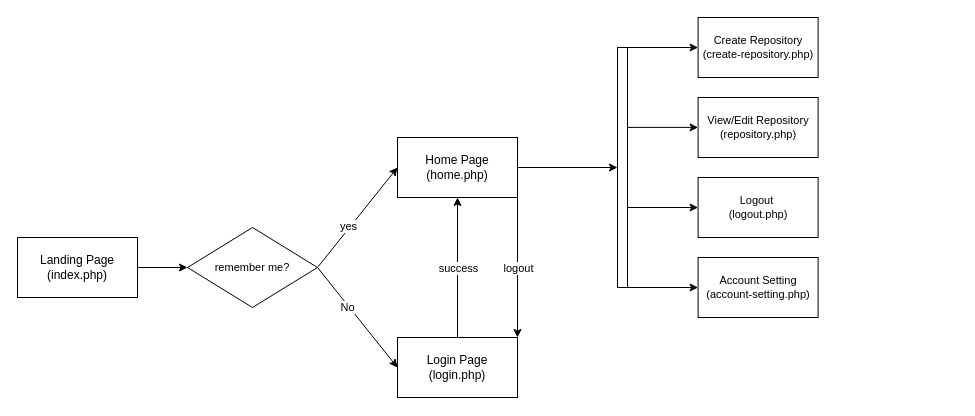
RogerCashley/publication-repository keeps this draw.io diagram as app-assets/diagram/module-flow.drawio. Above is the earlier version. Source tidied: cells renumbered, new cells numbered last; positions are measured from the earlier drawing's top-left corner, leaving out a move shared by most shapes. Both pictures are drawn from the tidied source at 100%, with x=0, y=0 at pixel (17, 17).
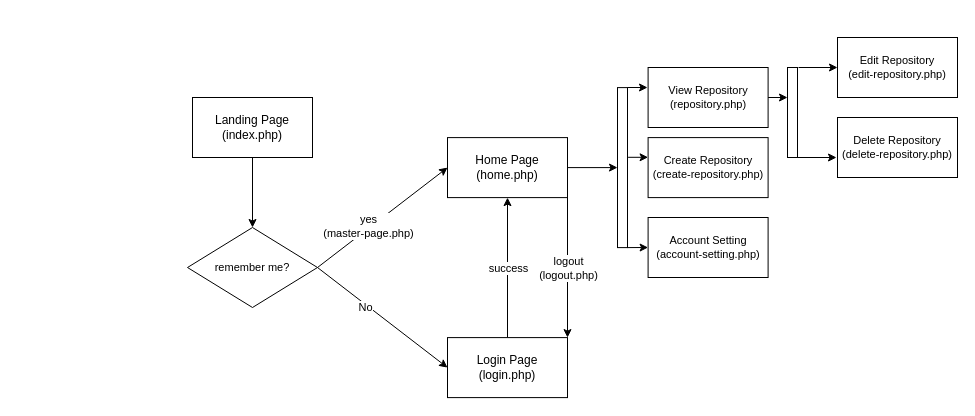
The same diagram, later.

The change refers to these unchanged cells:
```xml
<mxCell id="5" style="edgeStyle=none;shape=connector;rounded=1;html=1;exitX=1;exitY=1;exitDx=0;exitDy=0;entryX=1;entryY=0;entryDx=0;entryDy=0;labelBackgroundColor=default;strokeColor=default;fontFamily=Helvetica;fontSize=11;fontColor=default;endArrow=classic;" parent="1" edge="1" source="7" target="15">
  <mxGeometry relative="1" as="geometry" />
</mxCell>
<mxCell id="10" style="edgeStyle=none;shape=connector;rounded=1;html=1;exitX=1;exitY=0.5;exitDx=0;exitDy=0;entryX=0;entryY=0.5;entryDx=0;entryDy=0;labelBackgroundColor=default;strokeColor=default;fontFamily=Helvetica;fontSize=11;fontColor=default;endArrow=classic;" parent="1" edge="1" source="12" target="7">
  <mxGeometry relative="1" as="geometry" />
</mxCell>
<mxCell id="12" value="remember me?" style="rhombus;whiteSpace=wrap;html=1;fontFamily=Helvetica;fontSize=11;fontColor=default;" parent="1" vertex="1">
  <mxGeometry x="170" y="210" width="130" height="80" as="geometry" />
</mxCell>
```

Change to the diagram source:
```diff
@@
-    <mxCell id="2" style="edgeStyle=none;shape=connector;rounded=1;html=1;exitX=1;exitY=0.5;exitDx=0;exitDy=0;entryX=0;entryY=0.5;entryDx=0;entryDy=0;labelBackgroundColor=default;strokeColor=default;fontFamily=Helvetica;fontSize=11;fontColor=default;endArrow=classic;" parent="1" edge="1" source="3" target="12">
+    <mxCell id="2" style="edgeStyle=none;shape=connector;rounded=1;html=1;exitX=0.5;exitY=1;exitDx=0;exitDy=0;entryX=0.5;entryY=0;entryDx=0;entryDy=0;labelBackgroundColor=default;strokeColor=default;fontFamily=Helvetica;fontSize=11;fontColor=default;endArrow=classic;" parent="1" edge="1" source="3" target="12">
       <mxGeometry relative="1" as="geometry" />
     </mxCell>
     <mxCell id="3" value="Landing Page&lt;br&gt;(index.php)" style="rounded=0;whiteSpace=wrap;html=1;" parent="1" vertex="1">
-      <mxGeometry y="220" width="120" height="60" as="geometry" />
+      <mxGeometry x="175" y="80" width="120" height="60" as="geometry" />
     </mxCell>
@@
-    <mxCell id="6" value="logout" style="edgeLabel;html=1;align=center;verticalAlign=middle;fontSize=11;fontFamily=Helvetica;fontColor=default;" parent="5" vertex="1">
+    <mxCell id="6" value="logout&lt;br&gt;(logout.php)" style="edgeLabel;html=1;align=center;verticalAlign=middle;fontSize=11;fontFamily=Helvetica;fontColor=default;" parent="5" vertex="1">
       <mxGeometry x="0.19" y="-1" relative="1" as="geometry">
         <mxPoint x="1" y="-13" as="offset" />
       </mxGeometry>
     </mxCell>
     <mxCell id="7" value="Home Page&lt;br&gt;(home.php)" style="rounded=0;whiteSpace=wrap;html=1;" parent="1" vertex="1">
-      <mxGeometry x="380" y="120" width="120" height="60" as="geometry" />
+      <mxGeometry x="430" y="120.1" width="120" height="60" as="geometry" />
     </mxCell>
@@
-    <mxCell id="11" value="yes" style="edgeLabel;html=1;align=center;verticalAlign=middle;fontSize=11;fontFamily=Helvetica;fontColor=default;" parent="10" vertex="1">
+    <mxCell id="11" value="yes&lt;br&gt;(master-page.php)" style="edgeLabel;html=1;align=center;verticalAlign=middle;fontSize=11;fontFamily=Helvetica;fontColor=default;" parent="10" vertex="1">
       <mxGeometry x="-0.21" y="2" relative="1" as="geometry" />
     </mxCell>
@@
     <mxCell id="15" value="Login Page&lt;br&gt;(login.php)" style="rounded=0;whiteSpace=wrap;html=1;" parent="1" vertex="1">
-      <mxGeometry x="380" y="320" width="120" height="60" as="geometry" />
+      <mxGeometry x="430" y="320.1" width="120" height="60" as="geometry" />
     </mxCell>
     <mxCell id="16" value="Create Repository&lt;br&gt;(create-repository.php)" style="rounded=0;whiteSpace=wrap;html=1;fontFamily=Helvetica;fontSize=11;fontColor=default;" parent="1" vertex="1">
-      <mxGeometry x="680.6" width="120" height="60" as="geometry" />
+      <mxGeometry x="630.6" y="120.1" width="120" height="60" as="geometry" />
     </mxCell>
-    <mxCell id="17" style="edgeStyle=none;shape=connector;rounded=1;html=1;exitX=0.944;exitY=0.125;exitDx=0;exitDy=0;entryX=0;entryY=0.5;entryDx=0;entryDy=0;labelBackgroundColor=default;strokeColor=default;fontFamily=Helvetica;fontSize=11;fontColor=default;endArrow=classic;exitPerimeter=0;" parent="1" edge="1" target="16">
-      <mxGeometry relative="1" as="geometry">
-        <mxPoint x="610" y="30" as="sourcePoint" />
-      </mxGeometry>
-    </mxCell>
     <mxCell id="18" style="rounded=0;whiteSpace=wrap;html=1;fontFamily=Helvetica;fontSize=11;fontColor=default;" parent="1" vertex="1">
-      <mxGeometry x="600" y="30" width="10" height="240" as="geometry" />
+      <mxGeometry x="600" y="70.1" width="10" height="160" as="geometry" />
     </mxCell>
-    <mxCell id="19" value="View/Edit Repository&lt;br&gt;(repository.php)" style="rounded=0;whiteSpace=wrap;html=1;fontFamily=Helvetica;fontSize=11;fontColor=default;" parent="1" vertex="1">
-      <mxGeometry x="680.6" y="80" width="120" height="60" as="geometry" />
+    <mxCell id="19" value="View Repository&lt;br&gt;(repository.php)" style="rounded=0;whiteSpace=wrap;html=1;fontFamily=Helvetica;fontSize=11;fontColor=default;" parent="1" vertex="1">
+      <mxGeometry x="630.6" y="50" width="120" height="60" as="geometry" />
     </mxCell>
-    <mxCell id="20" style="edgeStyle=none;shape=connector;rounded=1;html=1;exitX=1;exitY=0.25;exitDx=0;exitDy=0;entryX=0;entryY=0.5;entryDx=0;entryDy=0;labelBackgroundColor=default;strokeColor=default;fontFamily=Helvetica;fontSize=11;fontColor=default;endArrow=classic;" parent="1" edge="1" target="21">
-      <mxGeometry relative="1" as="geometry">
-        <mxPoint x="610" y="190" as="sourcePoint" />
-      </mxGeometry>
-    </mxCell>
-    <mxCell id="21" value="Logout&amp;nbsp;&lt;br&gt;(logout.php)" style="rounded=0;whiteSpace=wrap;html=1;fontFamily=Helvetica;fontSize=11;fontColor=default;" parent="1" vertex="1">
-      <mxGeometry x="680.6" y="160" width="120" height="60" as="geometry" />
-    </mxCell>
     <mxCell id="22" style="edgeStyle=none;shape=connector;rounded=1;html=1;exitX=1;exitY=0.25;exitDx=0;exitDy=0;entryX=0;entryY=0.5;entryDx=0;entryDy=0;labelBackgroundColor=default;strokeColor=default;fontFamily=Helvetica;fontSize=11;fontColor=default;endArrow=classic;" parent="1" edge="1" target="23">
       <mxGeometry relative="1" as="geometry">
-        <mxPoint x="610" y="270" as="sourcePoint" />
+        <mxPoint x="610" y="230.1" as="sourcePoint" />
       </mxGeometry>
     </mxCell>
     <mxCell id="23" value="Account Setting&lt;br&gt;(account-setting.php)" style="rounded=0;whiteSpace=wrap;html=1;fontFamily=Helvetica;fontSize=11;fontColor=default;" parent="1" vertex="1">
-      <mxGeometry x="680.6" y="240" width="120" height="60" as="geometry" />
+      <mxGeometry x="630.6" y="200" width="120" height="60" as="geometry" />
     </mxCell>
-    <mxCell id="24" style="edgeStyle=none;shape=connector;rounded=1;html=1;exitX=0.944;exitY=0.125;exitDx=0;exitDy=0;entryX=0;entryY=0.5;entryDx=0;entryDy=0;labelBackgroundColor=default;strokeColor=default;fontFamily=Helvetica;fontSize=11;fontColor=default;endArrow=classic;exitPerimeter=0;" parent="1" edge="1">
+    <mxCell id="24" style="edgeStyle=none;shape=connector;rounded=1;html=1;exitX=0.944;exitY=0.125;exitDx=0;exitDy=0;labelBackgroundColor=default;strokeColor=default;fontFamily=Helvetica;fontSize=11;fontColor=default;endArrow=classic;exitPerimeter=0;" parent="1" edge="1">
       <mxGeometry relative="1" as="geometry">
-        <mxPoint x="610" y="109.9" as="sourcePoint" />
-        <mxPoint x="680.6" y="109.9" as="targetPoint" />
+        <mxPoint x="610" y="70" as="sourcePoint" />
+        <mxPoint x="630" y="70" as="targetPoint" />
       </mxGeometry>
     </mxCell>
+    <mxCell id="25" value="Edit Repository&lt;br&gt;(edit-repository.php)" style="rounded=0;whiteSpace=wrap;html=1;fontFamily=Helvetica;fontSize=11;fontColor=default;" parent="1" vertex="1">
+      <mxGeometry x="820" y="20" width="120" height="60" as="geometry" />
+    </mxCell>
+    <mxCell id="26" value="Delete Repository&lt;br&gt;(delete-repository.php)" style="rounded=0;whiteSpace=wrap;html=1;fontFamily=Helvetica;fontSize=11;fontColor=default;" parent="1" vertex="1">
+      <mxGeometry x="820" y="100" width="120" height="60" as="geometry" />
+    </mxCell>
+    <mxCell id="27" style="edgeStyle=none;shape=connector;rounded=1;html=1;exitX=1;exitY=0.5;exitDx=0;exitDy=0;labelBackgroundColor=default;strokeColor=default;fontFamily=Helvetica;fontSize=11;fontColor=default;endArrow=classic;" parent="1" edge="1" source="19">
+      <mxGeometry relative="1" as="geometry">
+        <mxPoint x="770" y="80" as="targetPoint" />
+      </mxGeometry>
+    </mxCell>
+    <mxCell id="28" style="rounded=0;whiteSpace=wrap;html=1;fontFamily=Helvetica;fontSize=11;fontColor=default;" parent="1" vertex="1">
+      <mxGeometry x="770" y="50" width="10" height="90" as="geometry" />
+    </mxCell>
+    <mxCell id="29" style="edgeStyle=orthogonalEdgeStyle;rounded=0;orthogonalLoop=1;jettySize=auto;html=1;exitX=1.1;exitY=0.155;exitDx=0;exitDy=0;entryX=0;entryY=0.75;entryDx=0;entryDy=0;exitPerimeter=0;" parent="1" edge="1">
+      <mxGeometry relative="1" as="geometry">
+        <mxPoint x="781" y="50" as="sourcePoint" />
+        <mxPoint x="820" y="50.2" as="targetPoint" />
+      </mxGeometry>
+    </mxCell>
+    <mxCell id="30" style="edgeStyle=orthogonalEdgeStyle;rounded=0;orthogonalLoop=1;jettySize=auto;html=1;exitX=1.1;exitY=0.155;exitDx=0;exitDy=0;entryX=0;entryY=0.75;entryDx=0;entryDy=0;exitPerimeter=0;" parent="1" edge="1">
+      <mxGeometry relative="1" as="geometry">
+        <mxPoint x="780" y="140" as="sourcePoint" />
+        <mxPoint x="819" y="140.2" as="targetPoint" />
+      </mxGeometry>
+    </mxCell>
+    <mxCell id="31" style="edgeStyle=none;shape=connector;rounded=1;html=1;exitX=0.944;exitY=0.125;exitDx=0;exitDy=0;labelBackgroundColor=default;strokeColor=default;fontFamily=Helvetica;fontSize=11;fontColor=default;endArrow=classic;exitPerimeter=0;" parent="1" edge="1">
+      <mxGeometry relative="1" as="geometry">
+        <mxPoint x="610.6" y="139.8" as="sourcePoint" />
+        <mxPoint x="630.6" y="139.8" as="targetPoint" />
+      </mxGeometry>
+    </mxCell>
```
